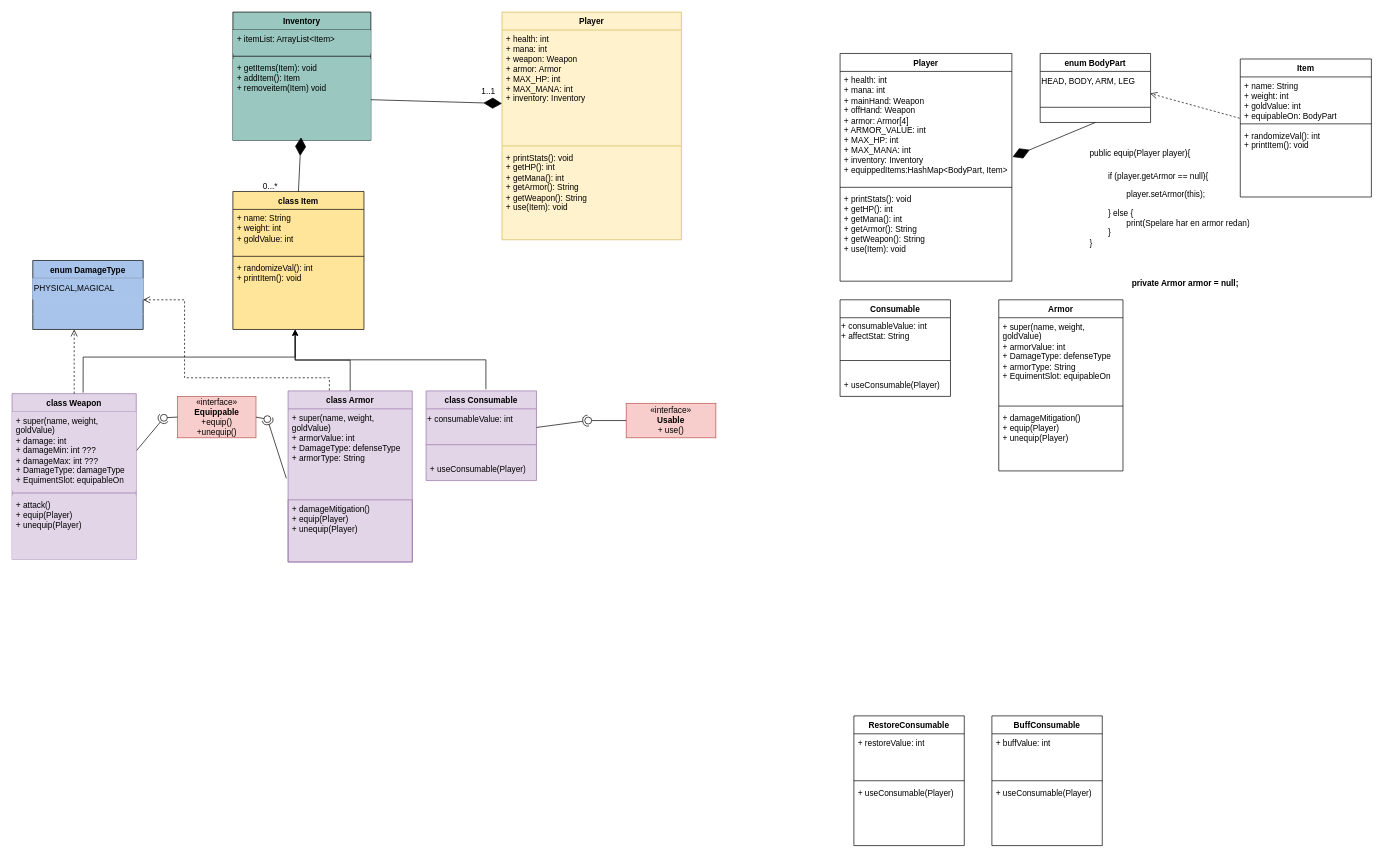
PelleHanspers/ooad-individuell-uppgift-pellehanspers keeps this draw.io diagram as .idea/ooad-uml-diagram.drawio. Above is the earlier version. Source tidied: cells renumbered, new cells numbered last; positions are measured from the earlier drawing's top-left corner, leaving out a move shared by most shapes. Both pictures are drawn from the tidied source at 69%, with x=0, y=0 at pixel (12, 12).
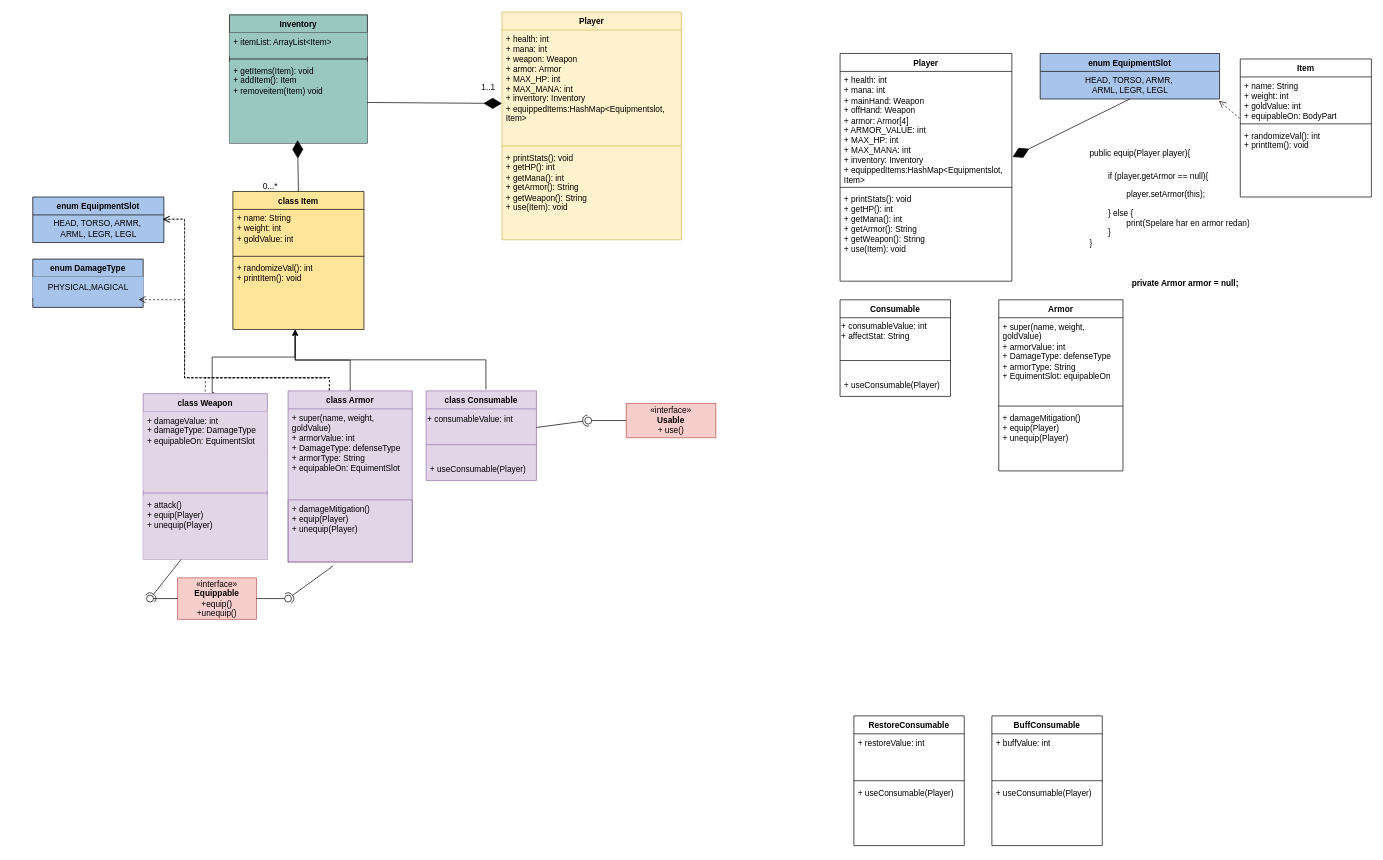
The same page after the edit.

The change refers to these unchanged cells:
```xml
<mxCell id="9" value="&lt;div&gt;+ randomizeVal(): int&lt;/div&gt;&lt;div&gt;+ printItem(): void&lt;/div&gt;" style="text;strokeColor=none;fillColor=none;align=left;verticalAlign=top;spacingLeft=4;spacingRight=4;overflow=hidden;points=[[0,0.5],[1,0.5]];portConstraint=eastwest;whiteSpace=wrap;html=1;" parent="6" vertex="1">
  <mxGeometry y="98" width="190" height="102" as="geometry" />
</mxCell>
<mxCell id="10" value="class Armor" style="swimlane;fontStyle=1;align=center;verticalAlign=top;horizontal=1;startSize=26;whiteSpace=wrap;html=1;fillColor=#e1d5e7;strokeColor=#9673a6;swimlaneFillColor=#E1D5E7;" parent="1" vertex="1">
  <mxGeometry x="400" y="549" width="180" height="248" as="geometry" />
</mxCell>
<mxCell id="13" value="&lt;div&gt;+ damageMitigation()&lt;br&gt;&lt;/div&gt;&lt;div&gt;&lt;div&gt;+ equip(Player)&lt;/div&gt;&lt;div&gt;+ unequip(Player)&lt;/div&gt;&lt;/div&gt;" style="text;strokeColor=#9673A6;fillColor=none;align=left;verticalAlign=top;spacingLeft=4;spacingRight=4;overflow=hidden;points=[[0,0.5],[1,0.5]];portConstraint=eastwest;whiteSpace=wrap;html=1;" parent="10" vertex="1">
  <mxGeometry y="158" width="180" height="90" as="geometry" />
</mxCell>
<mxCell id="43" value="Player" style="swimlane;fontStyle=1;align=center;verticalAlign=top;horizontal=1;startSize=26;whiteSpace=wrap;html=1;fillColor=#fff2cc;strokeColor=#d6b656;swimlaneFillColor=#FFF2CC;" parent="1" vertex="1">
  <mxGeometry x="710" width="260" height="330" as="geometry" />
</mxCell>
<mxCell id="55" value="Player" style="swimlane;fontStyle=1;align=center;verticalAlign=top;horizontal=1;startSize=26;whiteSpace=wrap;html=1;" parent="1" vertex="1">
  <mxGeometry x="1200" y="60" width="249" height="330" as="geometry" />
</mxCell>
```

What changed in the source:
```diff
@@
     <mxCell id="2" value="Inventory" style="swimlane;fontStyle=1;align=center;verticalAlign=top;horizontal=1;startSize=26;whiteSpace=wrap;html=1;fillColor=#9AC7BF;swimlaneFillColor=#9AC7BF;" parent="1" vertex="1">
-      <mxGeometry x="320" width="200" height="186" as="geometry" />
+      <mxGeometry x="315" y="4" width="200" height="186" as="geometry" />
     </mxCell>
@@
-    <mxCell id="11" value="&lt;div&gt;+ super(name, weight, goldValue)&lt;br&gt;&lt;/div&gt;&lt;div&gt;+ armorValue: int&lt;/div&gt;&lt;div&gt;+ DamageType: defenseType&lt;/div&gt;&lt;div&gt;+ armorType: String&lt;br&gt;&lt;/div&gt;" style="text;strokeColor=none;fillColor=none;align=left;verticalAlign=top;spacingLeft=4;spacingRight=4;overflow=hidden;points=[[0,0.5],[1,0.5]];portConstraint=eastwest;whiteSpace=wrap;html=1;" parent="10" vertex="1">
+    <mxCell id="11" value="&lt;div&gt;+ super(name, weight, goldValue)&lt;br&gt;&lt;/div&gt;&lt;div&gt;+ armorValue: int&lt;/div&gt;&lt;div&gt;+ DamageType: defenseType&lt;/div&gt;&lt;div&gt;+ armorType: String&lt;br&gt;&lt;/div&gt;&lt;div&gt;+ equipableOn: EquimentSlot&lt;/div&gt;" style="text;strokeColor=none;fillColor=none;align=left;verticalAlign=top;spacingLeft=4;spacingRight=4;overflow=hidden;points=[[0,0.5],[1,0.5]];portConstraint=eastwest;whiteSpace=wrap;html=1;" parent="10" vertex="1">
       <mxGeometry y="26" width="180" height="124" as="geometry" />
     </mxCell>
@@
     <mxCell id="18" value="«interface»&lt;br&gt;&lt;b&gt;Equippable&lt;/b&gt;&lt;div&gt;+equip()&lt;/div&gt;&lt;div&gt;+unequip()&lt;/div&gt;" style="html=1;whiteSpace=wrap;fillColor=#f8cecc;strokeColor=#b85450;" parent="1" vertex="1">
-      <mxGeometry x="239.5" y="557" width="114" height="60" as="geometry" />
+      <mxGeometry x="240" y="820" width="114" height="60" as="geometry" />
     </mxCell>
@@
-    <mxCell id="25" style="rounded=0;jettySize=auto;html=1;endArrow=halfCircle;endFill=0;endSize=6;strokeWidth=1;sketch=0;exitX=-0.014;exitY=0.813;exitDx=0;exitDy=0;exitPerimeter=0;" parent="1" edge="1" source="11">
+    <mxCell id="25" style="rounded=0;jettySize=auto;html=1;endArrow=halfCircle;endFill=0;endSize=6;strokeWidth=1;sketch=0;exitX=0.363;exitY=1.063;exitDx=0;exitDy=0;exitPerimeter=0;" parent="1" edge="1" source="13">
       <mxGeometry relative="1" as="geometry">
-        <mxPoint x="370" y="590" as="targetPoint" />
+        <mxPoint x="400" y="850" as="targetPoint" />
       </mxGeometry>
     </mxCell>
     <mxCell id="26" style="rounded=0;jettySize=auto;html=1;endArrow=oval;endFill=0;sketch=0;sourcePerimeterSpacing=0;targetPerimeterSpacing=0;endSize=10;exitX=1;exitY=0.5;exitDx=0;exitDy=0;" parent="1" edge="1" source="18">
       <mxGeometry relative="1" as="geometry">
-        <mxPoint x="370" y="590" as="targetPoint" />
+        <mxPoint x="400" y="850" as="targetPoint" />
       </mxGeometry>
     </mxCell>
@@
     <mxCell id="28" style="rounded=0;jettySize=auto;html=1;endArrow=halfCircle;endFill=0;endSize=6;strokeWidth=1;sketch=0;exitX=1;exitY=0.5;exitDx=0;exitDy=0;" parent="1" edge="1" source="40">
       <mxGeometry relative="1" as="geometry">
-        <mxPoint x="220" y="588" as="targetPoint" />
+        <mxPoint x="200" y="850" as="targetPoint" />
       </mxGeometry>
     </mxCell>
     <mxCell id="29" style="rounded=0;jettySize=auto;html=1;endArrow=oval;endFill=0;sketch=0;sourcePerimeterSpacing=0;targetPerimeterSpacing=0;endSize=10;exitX=0;exitY=0.5;exitDx=0;exitDy=0;" parent="1" edge="1" source="18">
       <mxGeometry relative="1" as="geometry">
-        <mxPoint x="220" y="588" as="targetPoint" />
+        <mxPoint x="200" y="850" as="targetPoint" />
       </mxGeometry>
     </mxCell>
@@
     <mxCell id="39" value="class Weapon" style="swimlane;fontStyle=1;align=center;verticalAlign=top;horizontal=1;startSize=26;whiteSpace=wrap;html=1;fillColor=#E1D5E7;swimlaneFillColor=#E1D5E7;strokeColor=#9673A6;" parent="1" vertex="1">
-      <mxGeometry y="553" width="180" height="240" as="geometry" />
+      <mxGeometry x="190" y="553" width="180" height="240" as="geometry" />
     </mxCell>
-    <mxCell id="40" value="&lt;div&gt;+ super(name, weight, goldValue)&lt;br&gt;&lt;/div&gt;+ damage: int&lt;div&gt;+ damageMin: int ???&lt;/div&gt;&lt;div&gt;+ damageMax: int ???&lt;/div&gt;&lt;div&gt;+ DamageType: damageType&lt;br&gt;&lt;/div&gt;&lt;div&gt;+ EquimentSlot: equipableOn&lt;/div&gt;&lt;div&gt;&lt;br&gt;&lt;/div&gt;" style="text;strokeColor=none;fillColor=#E1D5E7;align=left;verticalAlign=top;spacingLeft=4;spacingRight=4;overflow=hidden;points=[[0,0.5],[1,0.5]];portConstraint=eastwest;whiteSpace=wrap;html=1;" parent="39" vertex="1">
+    <mxCell id="40" value="&lt;div&gt;+ damageValue: int&lt;/div&gt;&lt;div&gt;+ damageType: DamageType&lt;/div&gt;&lt;div&gt;+ equipableOn: EquimentSlot&lt;br&gt;&lt;/div&gt;&lt;div&gt;&lt;br&gt;&lt;/div&gt;" style="text;strokeColor=none;fillColor=#E1D5E7;align=left;verticalAlign=top;spacingLeft=4;spacingRight=4;overflow=hidden;points=[[0,0.5],[1,0.5]];portConstraint=eastwest;whiteSpace=wrap;html=1;" parent="39" vertex="1">
       <mxGeometry y="26" width="180" height="114" as="geometry" />
     </mxCell>
@@
-    <mxCell id="44" value="+ health: int&lt;div&gt;+ mana: int&lt;/div&gt;&lt;div&gt;+ weapon: Weapon&lt;/div&gt;&lt;div&gt;+ armor: Armor&lt;/div&gt;&lt;div&gt;+ MAX_HP: int&lt;/div&gt;&lt;div&gt;+ MAX_MANA: int&lt;/div&gt;&lt;div&gt;+ inventory: Inventory&lt;/div&gt;&lt;div&gt;&lt;br&gt;&lt;/div&gt;" style="text;strokeColor=none;fillColor=none;align=left;verticalAlign=top;spacingLeft=4;spacingRight=4;overflow=hidden;points=[[0,0.5],[1,0.5]];portConstraint=eastwest;whiteSpace=wrap;html=1;" parent="43" vertex="1">
+    <mxCell id="44" value="+ health: int&lt;div&gt;+ mana: int&lt;/div&gt;&lt;div&gt;+ weapon: Weapon&lt;/div&gt;&lt;div&gt;+ armor: Armor&lt;/div&gt;&lt;div&gt;+ MAX_HP: int&lt;/div&gt;&lt;div&gt;+ MAX_MANA: int&lt;/div&gt;&lt;div&gt;+ inventory: Inventory&lt;/div&gt;&lt;div&gt;&lt;div&gt;+ equippedItems:HashMap&amp;lt;Equipmentslot, Item&amp;gt;&lt;/div&gt;&lt;/div&gt;" style="text;strokeColor=none;fillColor=none;align=left;verticalAlign=top;spacingLeft=4;spacingRight=4;overflow=hidden;points=[[0,0.5],[1,0.5]];portConstraint=eastwest;whiteSpace=wrap;html=1;" parent="43" vertex="1">
       <mxGeometry y="26" width="260" height="164" as="geometry" />
     </mxCell>
@@
     <mxCell id="48" value="1..1" style="text;html=1;align=center;verticalAlign=middle;strokeColor=none;fillColor=none;" parent="1" vertex="1">
-      <mxGeometry x="670" y="100" width="40" height="30" as="geometry" />
+      <mxGeometry x="670" y="95" width="40" height="30" as="geometry" />
     </mxCell>
@@
     <mxCell id="50" value="enum DamageType" style="swimlane;fontStyle=1;align=center;verticalAlign=top;horizontal=1;startSize=26;whiteSpace=wrap;html=1;strokeColor=#000000;fillColor=#A9C4EB;swimlaneFillColor=#A9C4EB;" parent="1" vertex="1">
-      <mxGeometry x="30" y="360" width="160" height="100" as="geometry" />
+      <mxGeometry x="30" y="358" width="160" height="70" as="geometry" />
     </mxCell>
-    <mxCell id="51" value="PHYSICAL,MAGICAL" style="text;html=1;align=left;verticalAlign=middle;points=[];strokeColor=#A9C4EB;fillColor=#A9C4EB;" parent="50" vertex="1">
+    <mxCell id="51" value="&lt;div align=&quot;center&quot;&gt;PHYSICAL,MAGICAL&lt;/div&gt;" style="text;html=1;align=center;verticalAlign=middle;points=[];strokeColor=#A9C4EB;fillColor=#A9C4EB;" parent="50" vertex="1">
       <mxGeometry y="26" width="160" height="30" as="geometry" />
     </mxCell>
     <mxCell id="52" style="line;strokeWidth=1;fillColor=#A9C4EB;align=left;verticalAlign=middle;spacingTop=-1;spacingLeft=3;spacingRight=3;labelPosition=right;strokeColor=#A9C4EB;" parent="50" vertex="1">
-      <mxGeometry y="56" width="160" height="44" as="geometry" />
+      <mxGeometry y="56" width="160" height="14" as="geometry" />
     </mxCell>
@@
-    <mxCell id="56" value="+ health: int&lt;div&gt;+ mana: int&lt;/div&gt;&lt;div&gt;+ mainHand: Weapon&lt;/div&gt;&lt;div&gt;+ offHand: Weapon&lt;br&gt;&lt;/div&gt;&lt;div&gt;+ armor: Armor[4]&lt;/div&gt;&lt;div&gt;+ ARMOR_VALUE: int&lt;/div&gt;&lt;div&gt;+ MAX_HP: int&lt;/div&gt;&lt;div&gt;+ MAX_MANA: int&lt;/div&gt;&lt;div&gt;+ inventory: Inventory&lt;br&gt;&lt;/div&gt;&lt;div&gt;+ equippedItems:HashMap&amp;lt;BodyPart, Item&amp;gt;&lt;/div&gt;" style="text;strokeColor=none;fillColor=none;align=left;verticalAlign=top;spacingLeft=4;spacingRight=4;overflow=hidden;points=[[0,0.5],[1,0.5]];portConstraint=eastwest;whiteSpace=wrap;html=1;" parent="55" vertex="1">
+    <mxCell id="56" value="+ health: int&lt;div&gt;+ mana: int&lt;/div&gt;&lt;div&gt;+ mainHand: Weapon&lt;/div&gt;&lt;div&gt;+ offHand: Weapon&lt;br&gt;&lt;/div&gt;&lt;div&gt;+ armor: Armor[4]&lt;/div&gt;&lt;div&gt;+ ARMOR_VALUE: int&lt;/div&gt;&lt;div&gt;+ MAX_HP: int&lt;/div&gt;&lt;div&gt;+ MAX_MANA: int&lt;/div&gt;&lt;div&gt;+ inventory: Inventory&lt;br&gt;&lt;/div&gt;&lt;div&gt;+ equippedItems:HashMap&amp;lt;Equipmentslot, Item&amp;gt;&lt;/div&gt;" style="text;strokeColor=none;fillColor=none;align=left;verticalAlign=top;spacingLeft=4;spacingRight=4;overflow=hidden;points=[[0,0.5],[1,0.5]];portConstraint=eastwest;whiteSpace=wrap;html=1;" parent="55" vertex="1">
       <mxGeometry y="26" width="249" height="164" as="geometry" />
     </mxCell>
@@
-    <mxCell id="59" value="enum BodyPart" style="swimlane;fontStyle=1;align=center;verticalAlign=top;horizontal=1;startSize=26;whiteSpace=wrap;html=1;" parent="1" vertex="1">
-      <mxGeometry x="1490" y="60" width="160" height="100" as="geometry" />
+    <mxCell id="59" value="enum EquipmentSlot" style="swimlane;fontStyle=1;align=center;verticalAlign=top;horizontal=1;startSize=26;whiteSpace=wrap;html=1;fillColor=#A9C4EB;swimlaneFillColor=#A9C4EB;" parent="1" vertex="1">
+      <mxGeometry x="1490" y="60" width="260" height="66" as="geometry" />
     </mxCell>
-    <mxCell id="60" value="HEAD, BODY, ARM, LEG" style="text;html=1;align=left;verticalAlign=middle;points=[];strokeColor=none;fillColor=none;" parent="59" vertex="1">
-      <mxGeometry y="26" width="160" height="30" as="geometry" />
+    <mxCell id="60" value="&lt;div align=&quot;center&quot;&gt;HEAD, TORSO, ARMR,&amp;nbsp;&lt;/div&gt;&lt;div align=&quot;center&quot;&gt;ARML, LEGR, LEGL&lt;/div&gt;" style="text;html=1;align=center;verticalAlign=middle;points=[];strokeColor=none;fillColor=none;" parent="59" vertex="1">
+      <mxGeometry y="26" width="260" height="40" as="geometry" />
     </mxCell>
-    <mxCell id="61" style="line;strokeWidth=1;fillColor=none;align=left;verticalAlign=middle;spacingTop=-1;spacingLeft=3;spacingRight=3;labelPosition=right;strokeColor=inherit;" parent="59" vertex="1">
-      <mxGeometry y="56" width="160" height="44" as="geometry" />
-    </mxCell>
@@
-    <mxCell id="70" style="html=1;verticalAlign=bottom;endArrow=open;dashed=1;endSize=8;curved=0;rounded=0;exitX=0.5;exitY=0;exitDx=0;exitDy=0;" parent="1" edge="1" source="39">
-      <mxGeometry relative="1" as="geometry">
-        <mxPoint x="90" y="460" as="targetPoint" />
-      </mxGeometry>
-    </mxCell>
-    <mxCell id="71" style="html=1;verticalAlign=bottom;endArrow=open;dashed=1;endSize=8;curved=0;rounded=0;entryX=1;entryY=0.75;entryDx=0;entryDy=0;exitX=0.332;exitY=-0.003;exitDx=0;exitDy=0;exitPerimeter=0;" parent="1" edge="1" source="10">
+    <mxCell id="71" style="html=1;verticalAlign=bottom;endArrow=open;dashed=1;endSize=8;curved=0;rounded=0;entryX=0.959;entryY=1.091;entryDx=0;entryDy=0;exitX=0.332;exitY=-0.003;exitDx=0;exitDy=0;exitPerimeter=0;entryPerimeter=0;" parent="1" edge="1" source="10" target="51">
       <mxGeometry relative="1" as="geometry">
-        <mxPoint x="190" y="417" as="targetPoint" />
         <Array as="points">
           <mxPoint x="460" y="530" />
           <mxPoint x="250" y="530" />
           <mxPoint x="250" y="417" />
         </Array>
       </mxGeometry>
     </mxCell>
@@
     <mxCell id="79" style="edgeStyle=orthogonalEdgeStyle;rounded=0;jettySize=auto;html=1;entryX=0.475;entryY=1.004;entryDx=0;entryDy=0;entryPerimeter=0;exitX=0.572;exitY=-0.006;exitDx=0;exitDy=0;exitPerimeter=0;" parent="1" edge="1" source="39" target="9">
       <mxGeometry relative="1" as="geometry">
         <Array as="points">
-          <mxPoint x="103" y="500" />
+          <mxPoint x="290" y="552" />
+          <mxPoint x="290" y="500" />
           <mxPoint x="410" y="500" />
         </Array>
       </mxGeometry>
     </mxCell>
+    <mxCell id="80" value="enum EquipmentSlot" style="swimlane;fontStyle=1;align=center;verticalAlign=top;horizontal=1;startSize=26;whiteSpace=wrap;html=1;fillColor=#A9C4EB;swimlaneFillColor=#A9C4EB;" parent="1" vertex="1">
+      <mxGeometry x="30" y="268" width="190" height="66" as="geometry" />
+    </mxCell>
+    <mxCell id="81" value="&lt;div align=&quot;center&quot;&gt;HEAD, TORSO, ARMR,&amp;nbsp;&lt;/div&gt;&lt;div align=&quot;center&quot;&gt;ARML, LEGR, LEGL&lt;/div&gt;" style="text;html=1;align=center;verticalAlign=middle;points=[];strokeColor=none;fillColor=none;" parent="80" vertex="1">
+      <mxGeometry y="26" width="190" height="40" as="geometry" />
+    </mxCell>
+    <mxCell id="82" style="html=1;verticalAlign=bottom;endArrow=open;dashed=1;endSize=8;curved=0;rounded=0;exitX=0.332;exitY=-0.003;exitDx=0;exitDy=0;exitPerimeter=0;entryX=0.992;entryY=0.16;entryDx=0;entryDy=0;entryPerimeter=0;" parent="1" edge="1" source="10" target="81">
+      <mxGeometry relative="1" as="geometry">
+        <Array as="points">
+          <mxPoint x="460" y="530" />
+          <mxPoint x="250" y="530" />
+          <mxPoint x="250" y="417" />
+          <mxPoint x="250" y="380" />
+          <mxPoint x="250" y="300" />
+        </Array>
+      </mxGeometry>
+    </mxCell>
+    <mxCell id="83" style="html=1;verticalAlign=bottom;endArrow=open;dashed=1;endSize=8;curved=0;rounded=0;entryX=0.992;entryY=0.16;entryDx=0;entryDy=0;entryPerimeter=0;" parent="1" edge="1" target="81">
+      <mxGeometry relative="1" as="geometry">
+        <mxPoint x="280" y="550" as="sourcePoint" />
+        <Array as="points">
+          <mxPoint x="280" y="530" />
+          <mxPoint x="460" y="530" />
+          <mxPoint x="250" y="530" />
+          <mxPoint x="250" y="417" />
+          <mxPoint x="250" y="380" />
+          <mxPoint x="250" y="300" />
+        </Array>
+      </mxGeometry>
+    </mxCell>
```
